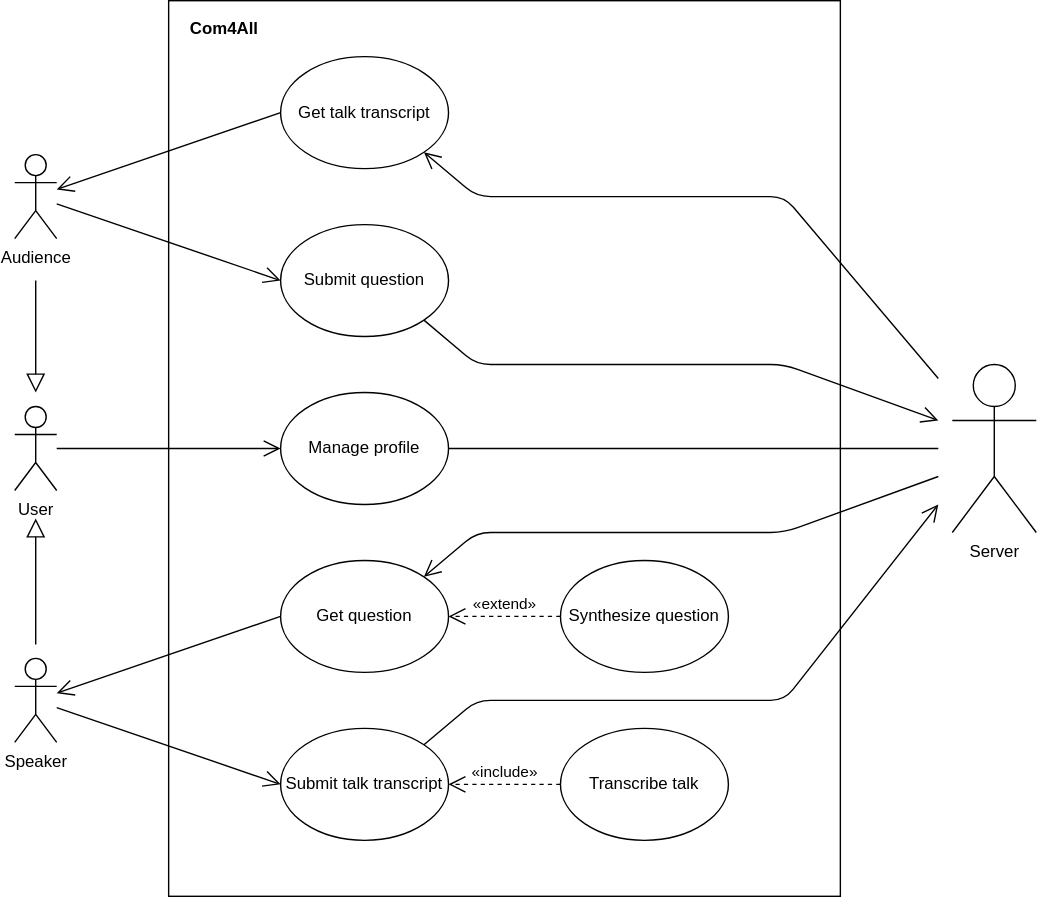
LuisMMMTS/open-cx-t2g4-bits-please keeps this draw.io diagram as images/use-cases.svg. Above is the earlier version. Source tidied: cells renumbered, new cells last; positions are measured from the earlier drawing's top-left corner, leaving out a move shared by most shapes.
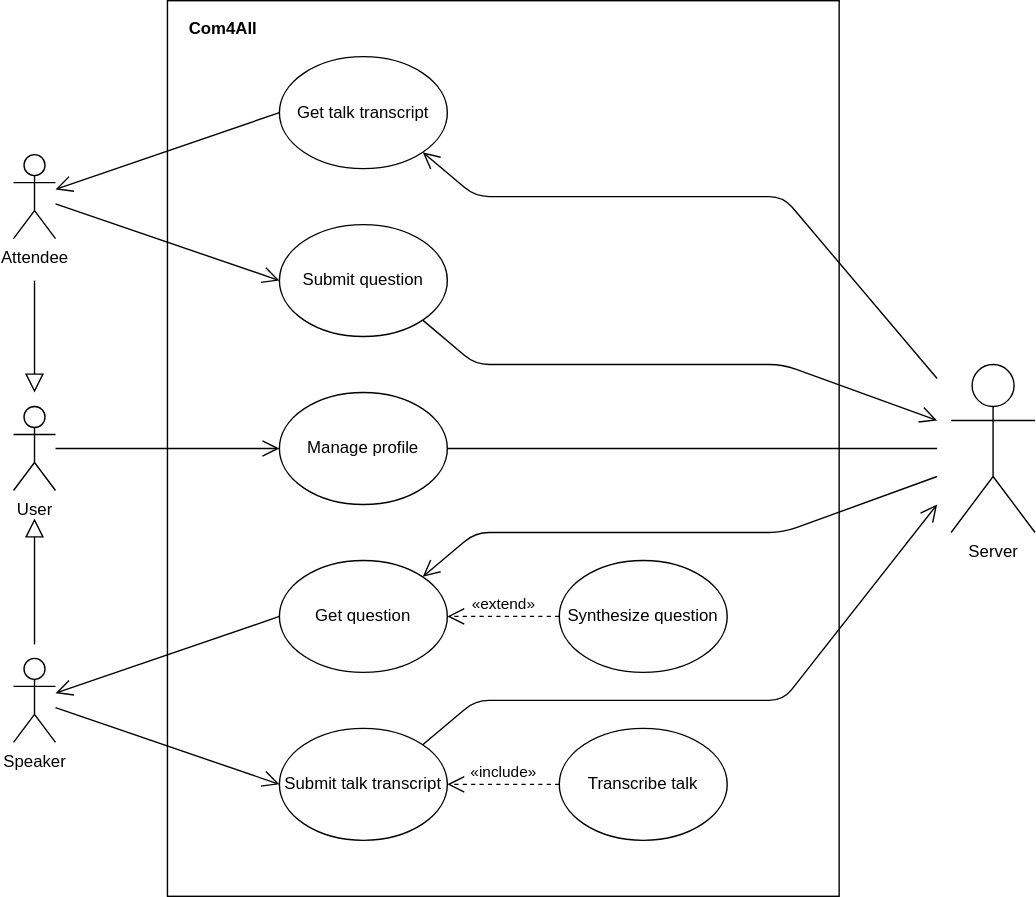
The same file after the commit.

What changed in the source:
```diff
@@ -5,7 +5,7 @@
     <mxCell id="2" style="rounded=0;whiteSpace=wrap;html=1;fillColor=none;" parent="1" vertex="1">
       <mxGeometry x="110" width="480" height="640" as="geometry" />
     </mxCell>
-    <mxCell id="3" value="Audience" style="shape=umlActor;verticalLabelPosition=bottom;verticalAlign=top;html=1;outlineConnect=0;" parent="1" vertex="1">
+    <mxCell id="3" value="Attendee" style="shape=umlActor;verticalLabelPosition=bottom;verticalAlign=top;html=1;outlineConnect=0;" parent="1" vertex="1">
       <mxGeometry y="110" width="30" height="60" as="geometry" />
     </mxCell>
     <mxCell id="4" value="Speaker" style="shape=umlActor;verticalLabelPosition=bottom;verticalAlign=top;html=1;outlineConnect=0;" parent="1" vertex="1">
```
